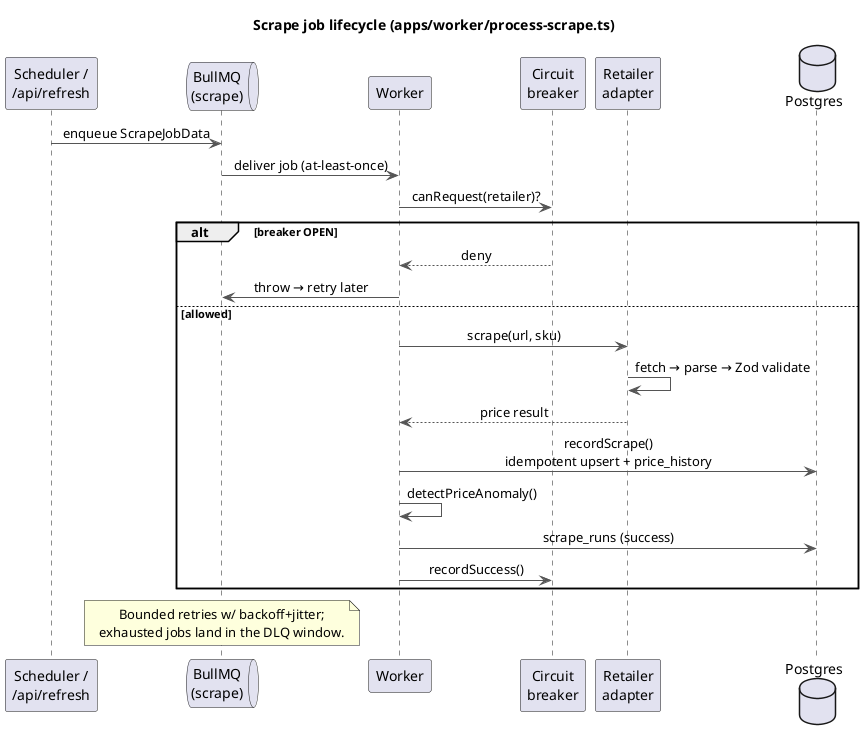
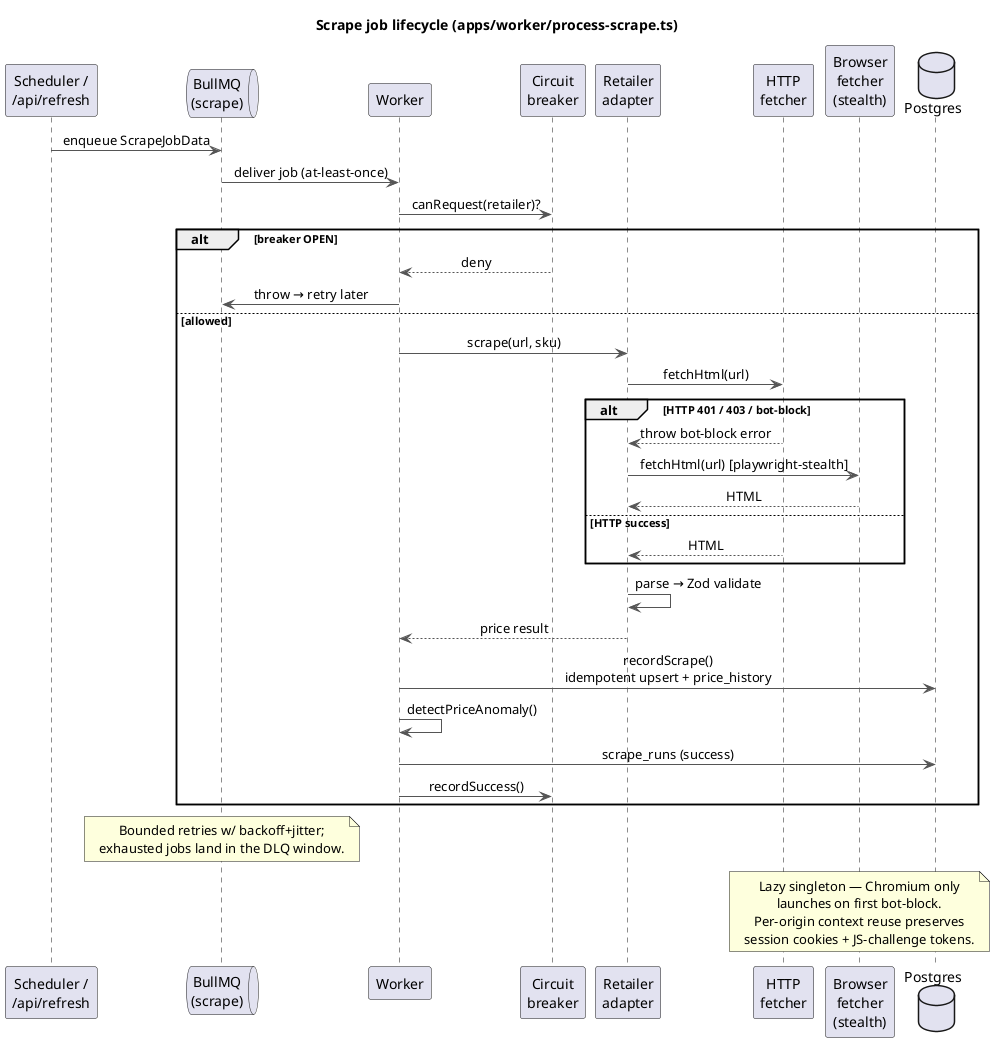
@startuml scrape-flow
title Scrape job lifecycle (apps/worker/process-scrape.ts)
skinparam shadowing false
skinparam defaultTextAlignment center
skinparam sequenceArrowColor #555555

participant "Scheduler /\n/api/refresh" as src
queue "BullMQ\n(scrape)" as q
participant "Worker" as w
participant "Circuit\nbreaker" as cb
participant "Retailer\nadapter" as a
+ participant "HTTP\nfetcher" as http
+ participant "Browser\nfetcher\n(stealth)" as browser
database "Postgres" as db

src -> q : enqueue ScrapeJobData
q -> w : deliver job (at-least-once)
w -> cb : canRequest(retailer)?

alt breaker OPEN
  cb --> w : deny
  w -> q : throw → retry later
else allowed
  w -> a : scrape(url, sku)
-   a -> a : fetch → parse → Zod validate
+   a -> http : fetchHtml(url)
+ 
+   alt HTTP 401 / 403 / bot-block
+     http --> a : throw bot-block error
+     a -> browser : fetchHtml(url) [playwright-stealth]
+     browser --> a : HTML
+   else HTTP success
+     http --> a : HTML
+   end
+ 
+   a -> a : parse → Zod validate
  a --> w : price result
  w -> db : recordScrape()\nidempotent upsert + price_history
  w -> w : detectPriceAnomaly()
  w -> db : scrape_runs (success)
  w -> cb : recordSuccess()
end

note over q
  Bounded retries w/ backoff+jitter;
  exhausted jobs land in the DLQ window.
end note
+ 
+ note over browser
+   Lazy singleton — Chromium only
+   launches on first bot-block.
+   Per-origin context reuse preserves
+   session cookies + JS-challenge tokens.
+ end note
@enduml
